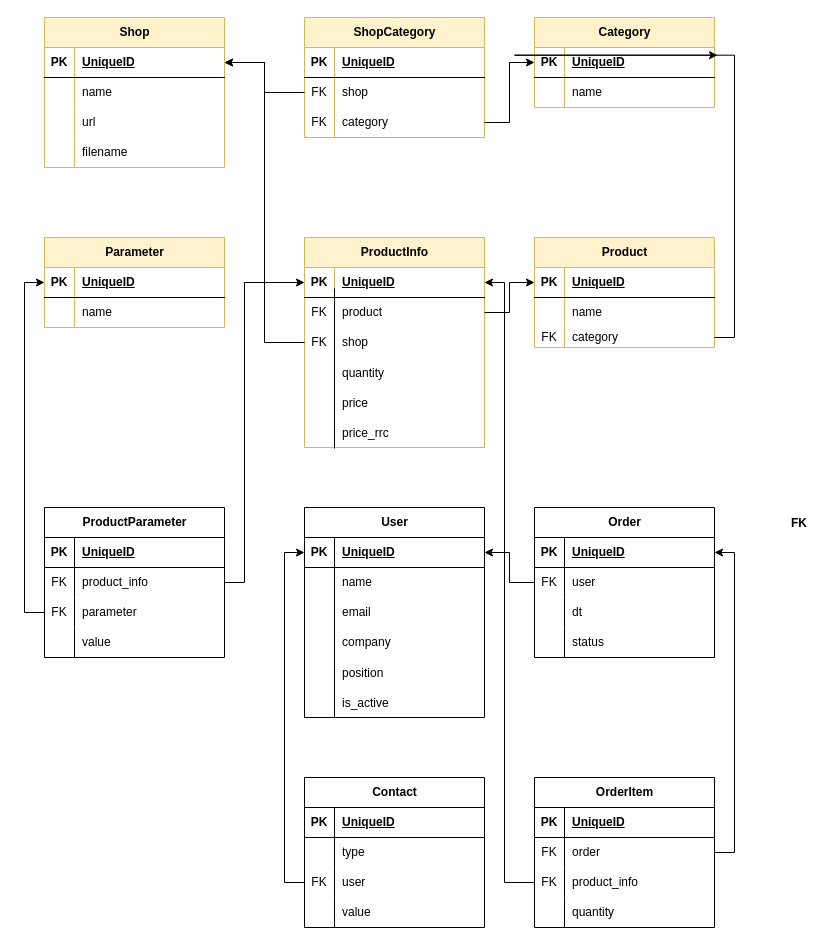
The draw.io diagram DB_structure.drawio in reanim86/diplom_netology, before the edit. Source tidied: cells renumbered, new cells numbered last; positions are measured from the earlier drawing's top-left corner, leaving out a move shared by most shapes. Both pictures are drawn from the tidied source at 100%, with x=0, y=0 at pixel (44, 17).
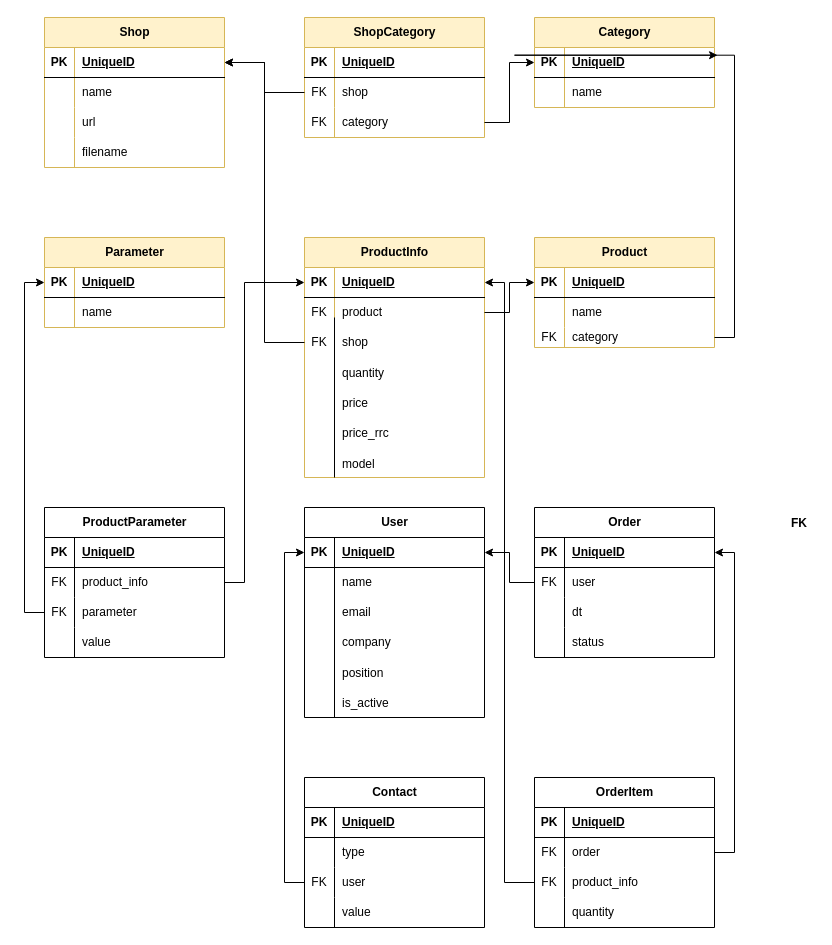
Above is the later version.

Diff of the diagram source:
```diff
@@
     <mxCell id="45" value="ProductInfo" style="shape=table;startSize=30;childLayout=tableLayout;rowLines=0;fontStyle=1;align=center;html=1;fillColor=#fff2cc;strokeColor=#d6b656;" parent="1" vertex="1">
-      <mxGeometry x="260" y="220" width="180" height="210" as="geometry" />
+      <mxGeometry x="260" y="220" width="180" height="240" as="geometry" />
     </mxCell>
@@
     <mxCell id="57" style="line;strokeWidth=1;direction=south;html=1;perimeter=backbonePerimeter;strokeColor=default;fontFamily=Helvetica;fontSize=12;fontColor=default;fillColor=none;" parent="1" vertex="1">
-      <mxGeometry x="285" y="271" width="10" height="160" as="geometry" />
+      <mxGeometry x="285" y="300" width="10" height="160" as="geometry" />
     </mxCell>
@@
+    <mxCell id="143" value="model" style="shape=partialRectangle;fillColor=none;top=0;left=0;bottom=0;right=0;align=left;spacingLeft=6;overflow=hidden;strokeColor=default;labelBorderColor=none;" parent="1" vertex="1">
+      <mxGeometry x="290" y="431" width="150" height="30" as="geometry" />
+    </mxCell>
```
